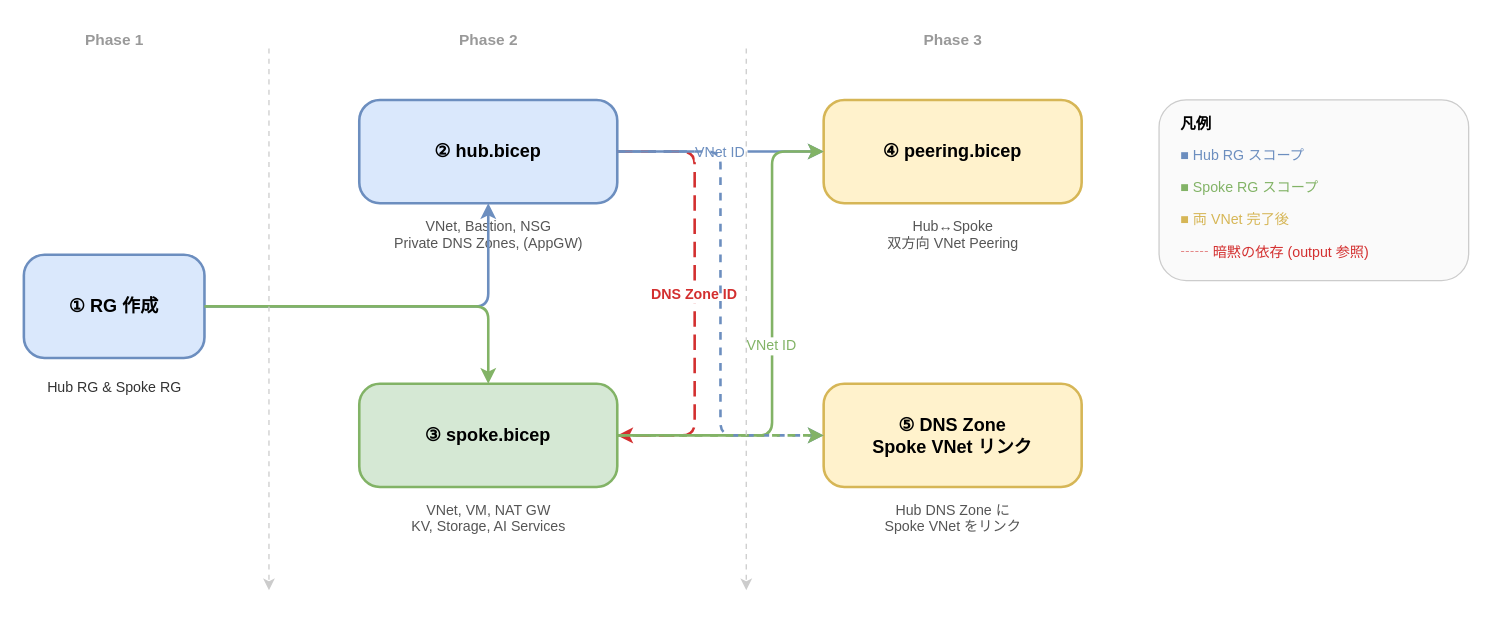
Before: images/deploy-flow.drawio in naoki1213mj/azure-simple-poc-bicep, a draw.io diagram. Source tidied: cells renumbered, new cells numbered last; positions are measured from the earlier drawing's top-left corner, leaving out a move shared by most shapes. Both pictures are drawn from the tidied source at 129%, with x=0, y=0 at pixel (23, 22).
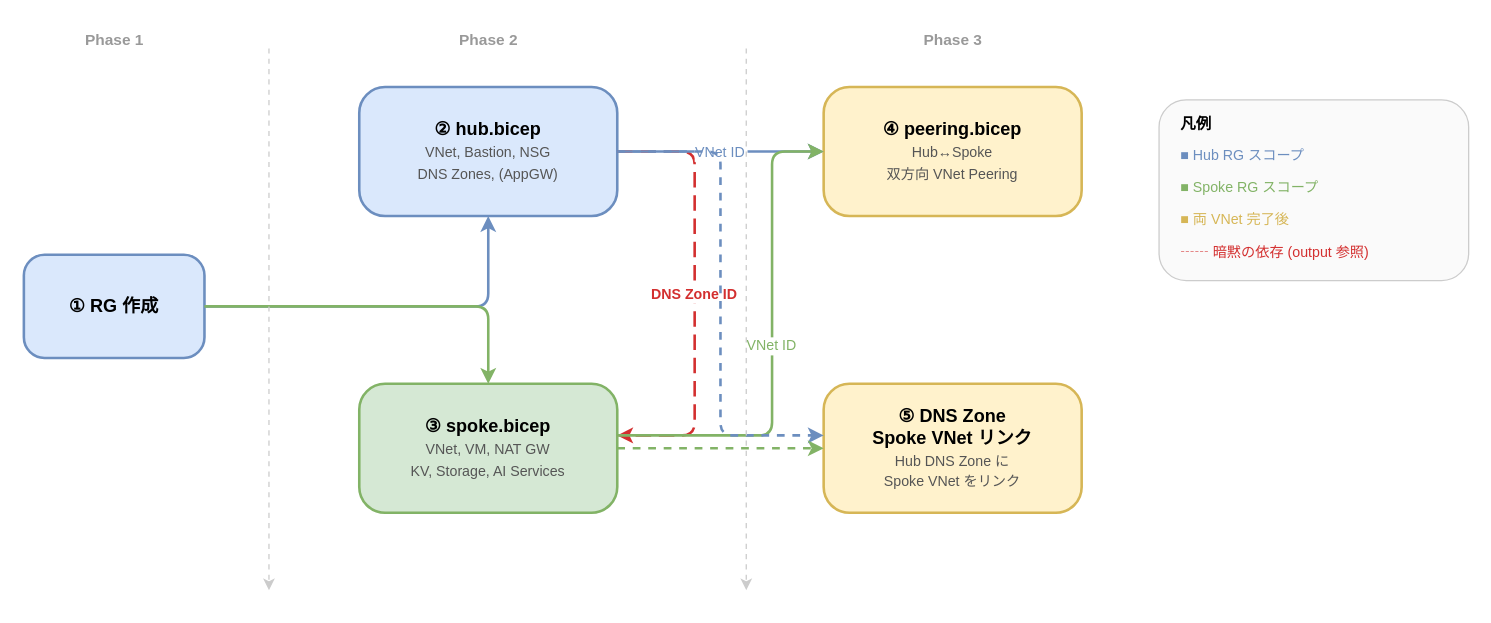
After the change.

Commit message (it also covers changes not shown here):
fix: merge subtitles into boxes in deploy flow diagram

What changed in the source:
```diff
@@
-    <mxCell id="3" value="Hub RG &amp; Spoke RG" style="text;html=1;fontSize=11;align=center;fillColor=none;strokeColor=none;fontColor=#333333;" parent="1" vertex="1">
-      <mxGeometry y="270" width="140" height="20" as="geometry" />
-    </mxCell>
-    <mxCell id="4" value="② hub.bicep" style="rounded=1;whiteSpace=wrap;html=1;fillColor=#dae8fc;strokeColor=#6c8ebf;fontSize=14;fontStyle=1;strokeWidth=2;arcSize=20;spacingTop=4;spacingBottom=4;" parent="1" vertex="1">
-      <mxGeometry x="260" y="60" width="200" height="80" as="geometry" />
+    <mxCell id="4" value="② hub.bicep&lt;br&gt;&lt;font style='font-size:11px;font-weight:normal;color:#555'&gt;VNet, Bastion, NSG&lt;br&gt;DNS Zones, (AppGW)&lt;/font&gt;" style="rounded=1;whiteSpace=wrap;html=1;fillColor=#dae8fc;strokeColor=#6c8ebf;fontSize=14;fontStyle=1;strokeWidth=2;arcSize=20;spacingTop=6;spacingBottom=6;" parent="1" vertex="1">
+      <mxGeometry x="260" y="50" width="200" height="100" as="geometry" />
     </mxCell>
-    <mxCell id="5" value="VNet, Bastion, NSG&#10;Private DNS Zones, (AppGW)" style="text;html=1;fontSize=11;align=center;fillColor=none;strokeColor=none;fontColor=#555555;" parent="1" vertex="1">
-      <mxGeometry x="260" y="145" width="200" height="35" as="geometry" />
-    </mxCell>
-    <mxCell id="6" value="③ spoke.bicep" style="rounded=1;whiteSpace=wrap;html=1;fillColor=#d5e8d4;strokeColor=#82b366;fontSize=14;fontStyle=1;strokeWidth=2;arcSize=20;spacingTop=4;spacingBottom=4;" parent="1" vertex="1">
-      <mxGeometry x="260" y="280" width="200" height="80" as="geometry" />
+    <mxCell id="6" value="③ spoke.bicep&lt;br&gt;&lt;font style='font-size:11px;font-weight:normal;color:#555'&gt;VNet, VM, NAT GW&lt;br&gt;KV, Storage, AI Services&lt;/font&gt;" style="rounded=1;whiteSpace=wrap;html=1;fillColor=#d5e8d4;strokeColor=#82b366;fontSize=14;fontStyle=1;strokeWidth=2;arcSize=20;spacingTop=6;spacingBottom=6;" parent="1" vertex="1">
+      <mxGeometry x="260" y="280" width="200" height="100" as="geometry" />
     </mxCell>
-    <mxCell id="7" value="VNet, VM, NAT GW&#10;KV, Storage, AI Services" style="text;html=1;fontSize=11;align=center;fillColor=none;strokeColor=none;fontColor=#555555;" parent="1" vertex="1">
-      <mxGeometry x="260" y="365" width="200" height="35" as="geometry" />
-    </mxCell>
-    <mxCell id="8" value="④ peering.bicep" style="rounded=1;whiteSpace=wrap;html=1;fillColor=#fff2cc;strokeColor=#d6b656;fontSize=14;fontStyle=1;strokeWidth=2;arcSize=20;spacingTop=4;spacingBottom=4;" parent="1" vertex="1">
-      <mxGeometry x="620" y="60" width="200" height="80" as="geometry" />
+    <mxCell id="8" value="④ peering.bicep&lt;br&gt;&lt;font style='font-size:11px;font-weight:normal;color:#555'&gt;Hub↔Spoke&lt;br&gt;双方向 VNet Peering&lt;/font&gt;" style="rounded=1;whiteSpace=wrap;html=1;fillColor=#fff2cc;strokeColor=#d6b656;fontSize=14;fontStyle=1;strokeWidth=2;arcSize=20;spacingTop=6;spacingBottom=6;" parent="1" vertex="1">
+      <mxGeometry x="620" y="50" width="200" height="100" as="geometry" />
     </mxCell>
-    <mxCell id="9" value="Hub↔Spoke&#10;双方向 VNet Peering" style="text;html=1;fontSize=11;align=center;fillColor=none;strokeColor=none;fontColor=#555555;" parent="1" vertex="1">
-      <mxGeometry x="620" y="145" width="200" height="35" as="geometry" />
-    </mxCell>
-    <mxCell id="10" value="⑤ DNS Zone&#10;Spoke VNet リンク" style="rounded=1;whiteSpace=wrap;html=1;fillColor=#fff2cc;strokeColor=#d6b656;fontSize=14;fontStyle=1;strokeWidth=2;arcSize=20;spacingTop=4;spacingBottom=4;" parent="1" vertex="1">
-      <mxGeometry x="620" y="280" width="200" height="80" as="geometry" />
+    <mxCell id="10" value="⑤ DNS Zone&lt;br&gt;Spoke VNet リンク&lt;br&gt;&lt;font style='font-size:11px;font-weight:normal;color:#555'&gt;Hub DNS Zone に&lt;br&gt;Spoke VNet をリンク&lt;/font&gt;" style="rounded=1;whiteSpace=wrap;html=1;fillColor=#fff2cc;strokeColor=#d6b656;fontSize=14;fontStyle=1;strokeWidth=2;arcSize=20;spacingTop=6;spacingBottom=6;" parent="1" vertex="1">
+      <mxGeometry x="620" y="280" width="200" height="100" as="geometry" />
     </mxCell>
-    <mxCell id="11" value="Hub DNS Zone に&#10;Spoke VNet をリンク" style="text;html=1;fontSize=11;align=center;fillColor=none;strokeColor=none;fontColor=#555555;" parent="1" vertex="1">
-      <mxGeometry x="620" y="365" width="200" height="35" as="geometry" />
-    </mxCell>
```
